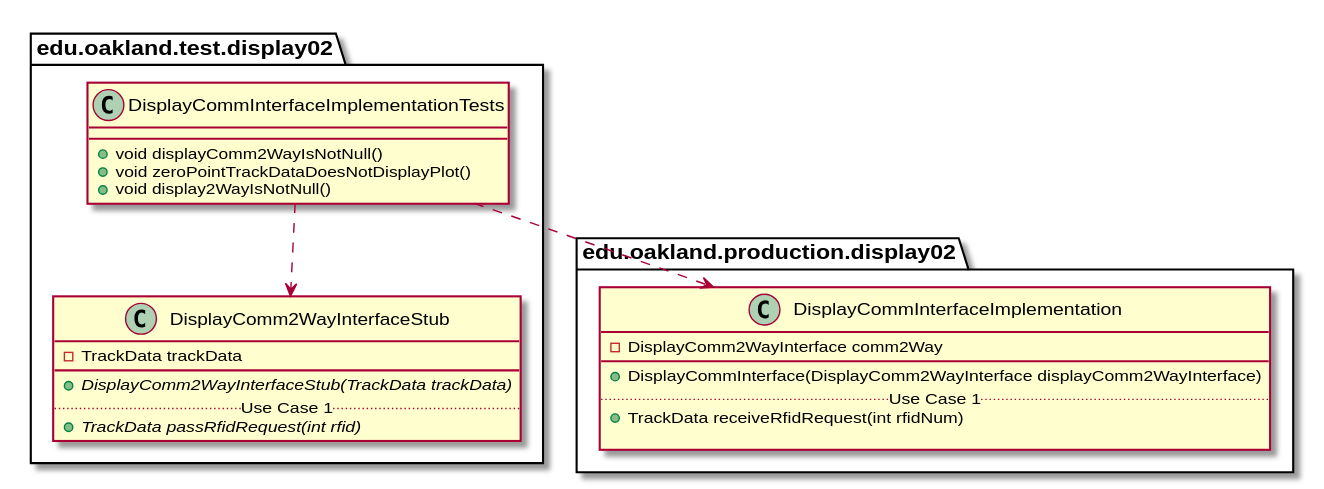
This is docs/uml-class-diagrams/display02/test/DisplayCommInterfaceImplementationTests/DisplayCommInterfaceImplementationTests_DirectDependencies.svg from andrewdimmer/csi-3370-software-project, a PlantUML export, as it was before one commit.
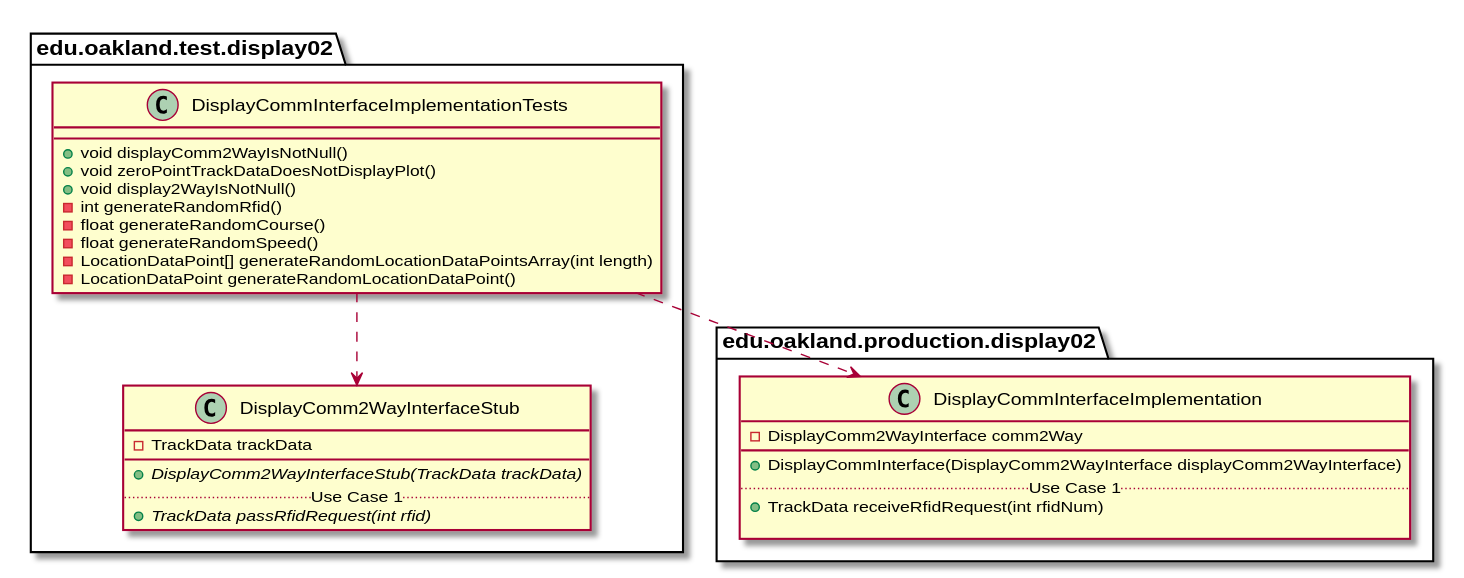
After the commit.

The edit, as a diff of the source:
```diff
@@ -6,6 +6,11 @@
         + void displayComm2WayIsNotNull()
         + void zeroPointTrackDataDoesNotDisplayPlot()
         + void display2WayIsNotNull()
+        - int generateRandomRfid()
+        - float generateRandomCourse()
+        - float generateRandomSpeed()
+        - LocationDataPoint[] generateRandomLocationDataPointsArray(int length)
+        - LocationDataPoint generateRandomLocationDataPoint()
     }
 }
 
```
